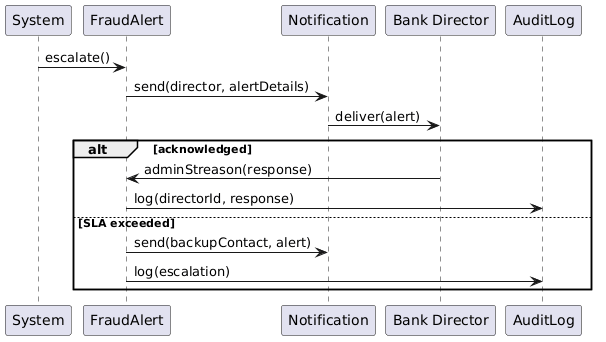
The PlantUML diagram Diagrams/Sequence Diagrams/BS_FD_03.png in erindkotobelli12/BankManagementSystem, before a commit.
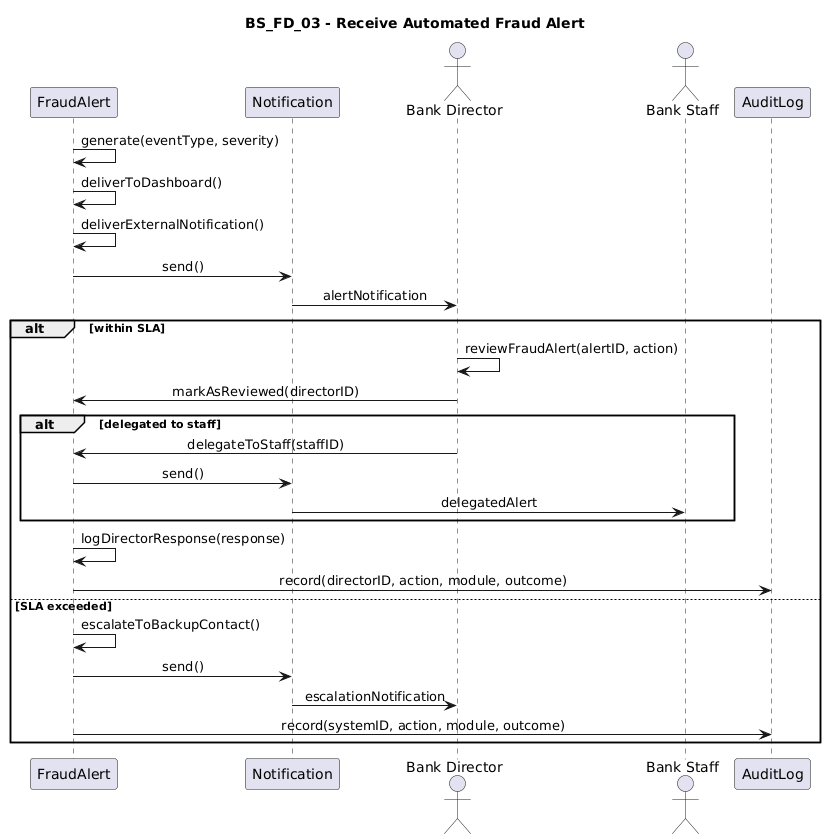
Above is the later version.

What changed in the source:
```diff
@@ -1,19 +1,38 @@
 @startuml
-participant System as SYS
-participant FraudAlert as FA
-participant Notification as N
-participant "Bank Director" as BD
-participant AuditLog as AL
+title BS_FD_03 - Receive Automated Fraud Alert
 
-SYS -> FA : escalate()
-FA -> N : send(director, alertDetails)
-N -> BD : deliver(alert)
+skinparam shadowing false
+skinparam sequenceMessageAlign center
 
-alt acknowledged
-  BD -> FA : adminStreason(response)
-  FA -> AL : log(directorId, response)
+participant FraudAlert
+participant Notification
+actor "Bank Director" as Director
+actor "Bank Staff" as Staff
+participant AuditLog
+
+FraudAlert -> FraudAlert : generate(eventType, severity)
+FraudAlert -> FraudAlert : deliverToDashboard()
+FraudAlert -> FraudAlert : deliverExternalNotification()
+FraudAlert -> Notification : send()
+Notification -> Director : alertNotification
+
+alt within SLA
+    Director -> Director : reviewFraudAlert(alertID, action)
+    Director -> FraudAlert : markAsReviewed(directorID)
+
+    alt delegated to staff
+        Director -> FraudAlert : delegateToStaff(staffID)
+        FraudAlert -> Notification : send()
+        Notification -> Staff : delegatedAlert
+    end
+
+    FraudAlert -> FraudAlert : logDirectorResponse(response)
+    FraudAlert -> AuditLog : record(directorID, action, module, outcome)
+
 else SLA exceeded
-  FA -> N : send(backupContact, alert)
-  FA -> AL : log(escalation)
+    FraudAlert -> FraudAlert : escalateToBackupContact()
+    FraudAlert -> Notification : send()
+    Notification -> Director : escalationNotification
+    FraudAlert -> AuditLog : record(systemID, action, module, outcome)
 end
 @enduml
```
